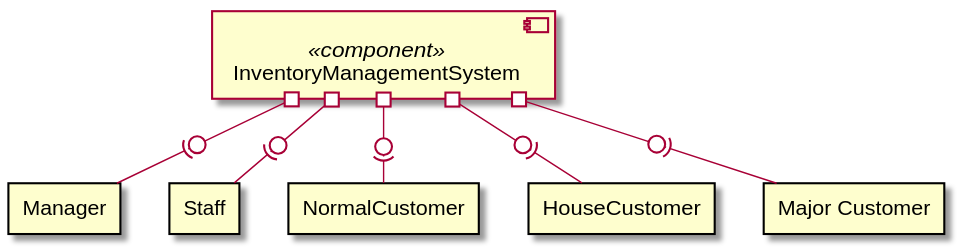
Earlier version of the PlantUML export src/main/asciidoc/models/analysis/ContextDiagram.svg (LimitlessGreen/swt18w43).
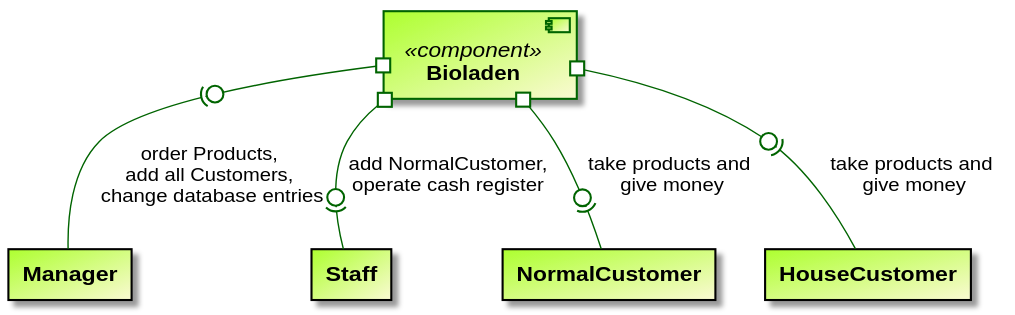
The same file after the commit.

Change to the diagram source:
```diff
@@ -2,24 +2,40 @@
 skinparam componentStyle uml2
 skinparam componentStyle uml2
 
+skinparam rectangle {
+    fontStyle bold
+	BackgroundColor #GreenYellow/LightGoldenRodYellow
+
+}
+
+skinparam component {
+    fontStyle bold
+	BackgroundColor #GreenYellow/LightGoldenRodYellow
+    BorderColor darkgreen
+}
+
+skinparam Arrow {
+    Color darkgreen
+}
 
 
-component [InventoryManagementSystem] <<component>> as proc
+
+
+component [Bioladen] <<component>> as proc
+
 rectangle "Manager" as k1
 rectangle "Staff" as k2
 rectangle "NormalCustomer" as k3
 rectangle "HouseCustomer" as k4
-rectangle "Major Customer" as k5
 
-proc #-0)- k2
+proc #-0)- k2: add NormalCustomer,\noperate cash register
 
-proc #-0)- k1
+proc #-0)- k1: order Products, \nadd all Customers, \nchange database entries
 
-proc #-0)- k3
+proc #-0)- k3: take products and \ngive money
 
-proc #-0)- k4
+proc #-0)- k4: take products and \ngive money
 
-proc #-0)- k5
 
 
 @enduml
```
